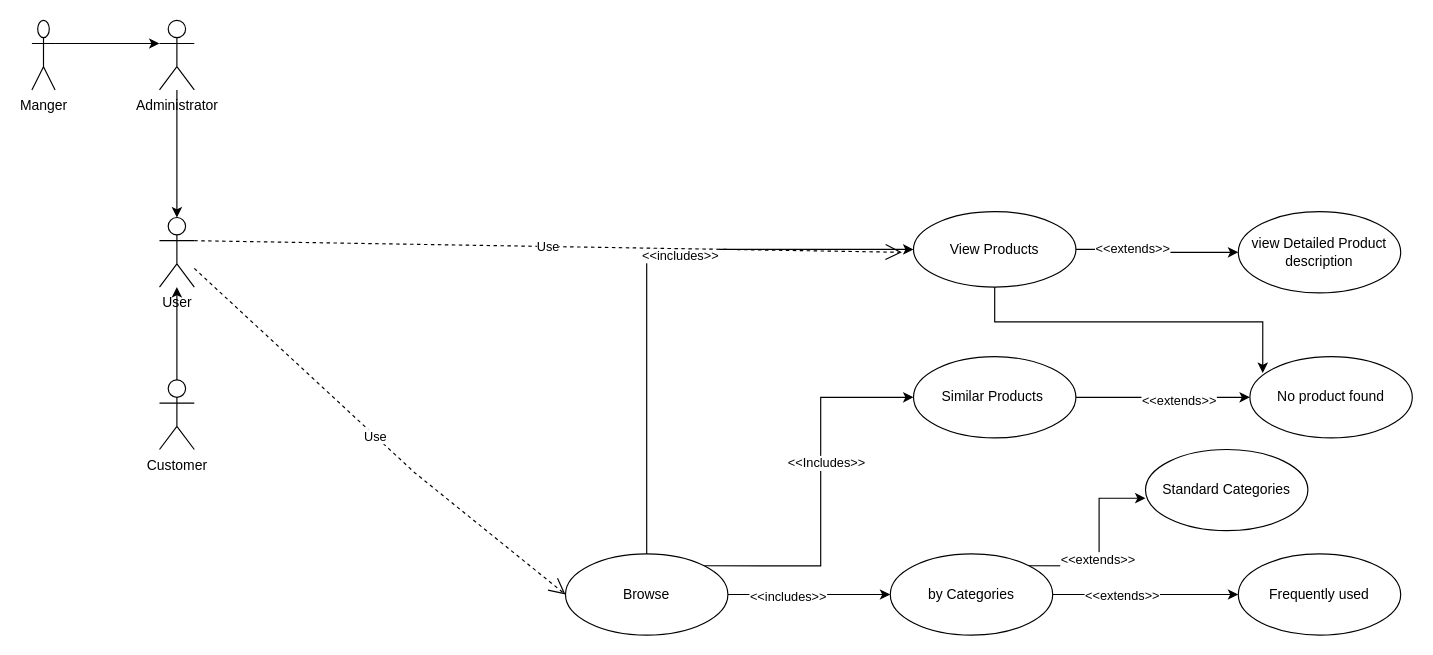
Swaraj-Bharti/softwarearchitectcert keeps this draw.io diagram as Untitled Diagram.drawio. Above is the earlier version. Source tidied: cells renumbered, new cells numbered last; positions are measured from the earlier drawing's top-left corner, leaving out a move shared by most shapes. Both pictures are drawn from the tidied source at 116%, with x=0, y=0 at pixel (31, 20).
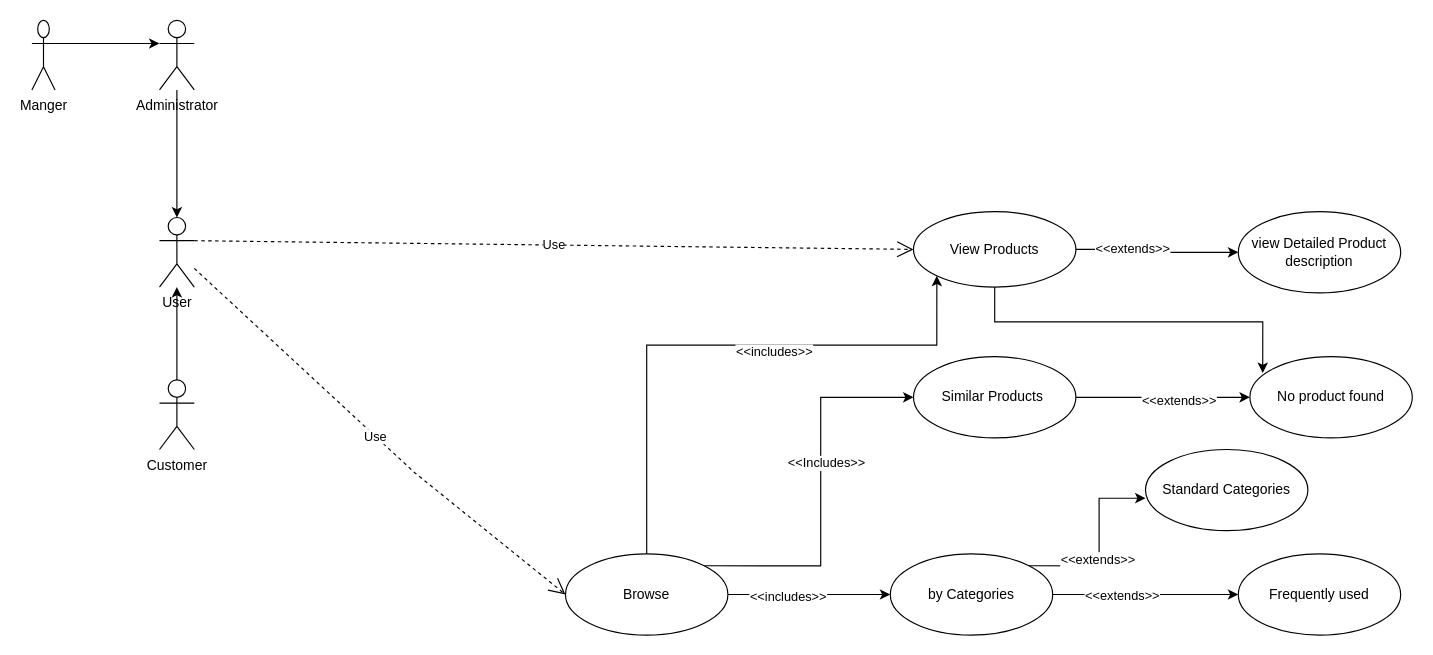
After the change.

Unchanged cells that the change refers to:
```xml
<mxCell id="2" value="User&lt;br&gt;" style="shape=umlActor;verticalLabelPosition=bottom;verticalAlign=top;html=1;" parent="1" vertex="1">
  <mxGeometry x="110" y="170" width="30" height="60" as="geometry" />
</mxCell>
<mxCell id="15" value="Browse" style="ellipse;whiteSpace=wrap;html=1;" parent="1" vertex="1">
  <mxGeometry x="460" y="460" width="140" height="70" as="geometry" />
</mxCell>
<mxCell id="31" value="View Products" style="ellipse;whiteSpace=wrap;html=1;" parent="1" vertex="1">
  <mxGeometry x="760" y="165" width="140" height="65" as="geometry" />
</mxCell>
```

Diff of the diagram source:
```diff
@@
-    <mxCell id="13" style="edgeStyle=orthogonalEdgeStyle;rounded=0;jettySize=auto;html=1;exitX=0.5;exitY=0;exitDx=0;exitDy=0;entryX=0;entryY=0.5;entryDx=0;entryDy=0;" parent="1" edge="1" source="15" target="31">
-      <mxGeometry relative="1" as="geometry" />
+    <mxCell id="13" style="edgeStyle=orthogonalEdgeStyle;rounded=0;jettySize=auto;html=1;exitX=0.5;exitY=0;exitDx=0;exitDy=0;entryX=0;entryY=1;entryDx=0;entryDy=0;" parent="1" edge="1" source="15" target="31">
+      <mxGeometry relative="1" as="geometry">
+        <Array as="points">
+          <mxPoint x="530" y="280" />
+          <mxPoint x="780" y="280" />
+        </Array>
+      </mxGeometry>
     </mxCell>
@@
-    <mxCell id="33" value="Use" style="endArrow=open;endSize=12;dashed=1;html=1;rounded=0;exitX=1;exitY=0.3333333333333333;exitDx=0;exitDy=0;exitPerimeter=0;" parent="1" edge="1" source="2">
-      <mxGeometry relative="1" as="geometry">
-        <mxPoint x="750" y="200" as="targetPoint" />
-      </mxGeometry>
+    <mxCell id="33" value="Use" style="endArrow=open;endSize=12;dashed=1;html=1;rounded=0;exitX=1;exitY=0.3333333333333333;exitDx=0;exitDy=0;exitPerimeter=0;entryX=0;entryY=0.5;entryDx=0;entryDy=0;" parent="1" edge="1" source="2" target="31">
+      <mxGeometry relative="1" as="geometry" />
     </mxCell>
```
